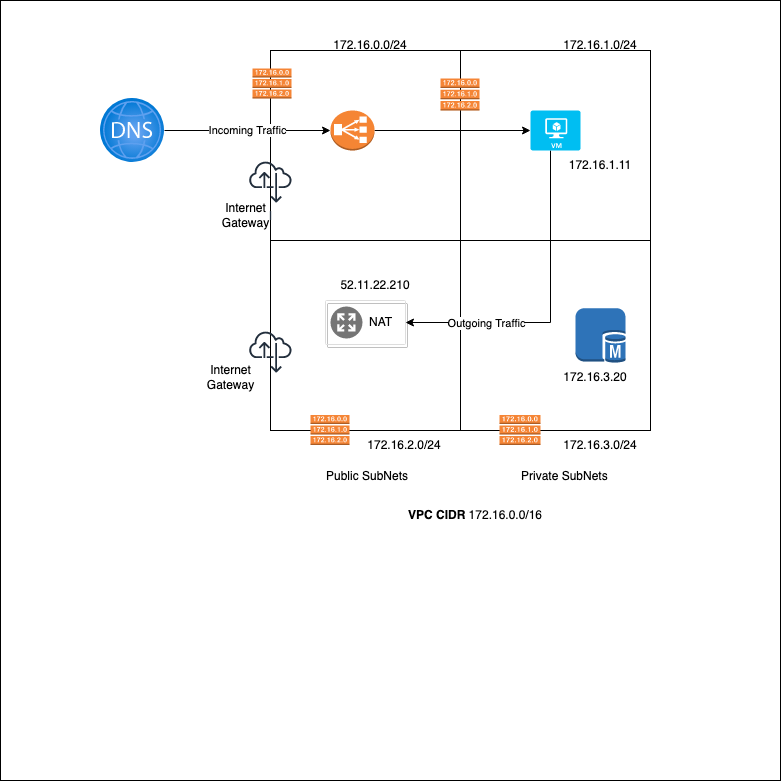
Before: Generic Traffic Flow- Public/Private Cloud.drawio.png, a diagram exported from draw.io (amit894/diagrams). Source tidied: cells renumbered, new cells last; positions are measured from the earlier drawing's top-left corner, leaving out a move shared by most shapes. Its diagram source:
```xml
<mxGraphModel>
  <root>
    <mxCell id="0" />
    <mxCell id="1" parent="0" />
    <mxCell id="2" style="whiteSpace=wrap;html=1;fillColor=none;" parent="1" vertex="1">
      <mxGeometry x="270" y="50" width="190" height="190" as="geometry" />
    </mxCell>
    <mxCell id="3" style="whiteSpace=wrap;html=1;fillColor=none;" parent="1" vertex="1">
      <mxGeometry x="460" y="50" width="190" height="190" as="geometry" />
    </mxCell>
    <mxCell id="4" style="whiteSpace=wrap;html=1;fillColor=none;" parent="1" vertex="1">
      <mxGeometry x="270" y="240" width="190" height="190" as="geometry" />
    </mxCell>
    <mxCell id="5" style="whiteSpace=wrap;html=1;fillColor=none;" parent="1" vertex="1">
      <mxGeometry x="460" y="240" width="190" height="190" as="geometry" />
    </mxCell>
    <mxCell id="6" style="whiteSpace=wrap;html=1;fillColor=none;" parent="1" vertex="1">
      <mxGeometry width="780" height="780" as="geometry" />
    </mxCell>
    <mxCell id="7" style="edgeStyle=orthogonalEdgeStyle;rounded=0;jettySize=auto;html=1;entryX=1;entryY=0.5;entryDx=0;entryDy=0;" parent="1" edge="1" source="9" target="15">
      <mxGeometry relative="1" as="geometry">
        <Array as="points">
          <mxPoint x="550" y="322" />
        </Array>
      </mxGeometry>
    </mxCell>
    <mxCell id="8" value="Outgoing Traffic" style="edgeLabel;html=1;align=center;verticalAlign=middle;" parent="7" vertex="1">
      <mxGeometry x="0.5" relative="1" as="geometry" />
    </mxCell>
    <mxCell id="9" style="verticalLabelPosition=bottom;html=1;verticalAlign=top;align=center;strokeColor=none;fillColor=#00BEF2;shape=mxgraph.azure.virtual_machine;" parent="1" vertex="1">
      <mxGeometry x="530" y="110" width="50" height="40" as="geometry" />
    </mxCell>
    <mxCell id="10" value="&lt;b&gt;VPC CIDR&lt;/b&gt; 172.16.0.0/16" style="text;html=1;strokeColor=none;fillColor=none;align=center;verticalAlign=middle;whiteSpace=wrap;rounded=0;" parent="1" vertex="1">
      <mxGeometry x="400" y="505" width="150" height="20" as="geometry" />
    </mxCell>
    <mxCell id="11" value="172.16.0.0/24" style="text;html=1;strokeColor=none;fillColor=none;align=center;verticalAlign=middle;whiteSpace=wrap;rounded=0;" parent="1" vertex="1">
      <mxGeometry x="340" y="30" width="60" height="30" as="geometry" />
    </mxCell>
    <mxCell id="12" value="172.16.2.0/24" style="text;html=1;strokeColor=none;fillColor=none;align=center;verticalAlign=middle;whiteSpace=wrap;rounded=0;" parent="1" vertex="1">
      <mxGeometry x="374" y="430" width="60" height="30" as="geometry" />
    </mxCell>
    <mxCell id="13" value="172.16.3.0/24" style="text;html=1;strokeColor=none;fillColor=none;align=center;verticalAlign=middle;whiteSpace=wrap;rounded=0;" parent="1" vertex="1">
      <mxGeometry x="570" y="430" width="60" height="30" as="geometry" />
    </mxCell>
    <mxCell id="14" value="172.16.1.0/24" style="text;html=1;strokeColor=none;fillColor=none;align=center;verticalAlign=middle;whiteSpace=wrap;rounded=0;" parent="1" vertex="1">
      <mxGeometry x="570" y="30" width="60" height="30" as="geometry" />
    </mxCell>
    <mxCell id="15" style="strokeColor=#dddddd;shadow=1;strokeWidth=1;rounded=1;absoluteArcSize=1;arcSize=2;fillColor=none;" parent="1" vertex="1">
      <mxGeometry x="325" y="300" width="80" height="44" as="geometry" />
    </mxCell>
    <mxCell id="16" value="NAT" style="sketch=0;dashed=0;html=1;fillColor=#757575;strokeColor=none;shape=mxgraph.gcp2.nat;labelPosition=right;verticalLabelPosition=middle;align=left;verticalAlign=middle;spacingLeft=5;fontSize=12;" parent="15" vertex="1">
      <mxGeometry y="0.5" width="32" height="32" relative="1" as="geometry">
        <mxPoint x="5" y="-16" as="offset" />
      </mxGeometry>
    </mxCell>
    <mxCell id="17" style="edgeStyle=orthogonalEdgeStyle;rounded=0;jettySize=auto;html=1;entryX=0;entryY=0.5;entryDx=0;entryDy=0;entryPerimeter=0;" parent="1" edge="1" source="18" target="9">
      <mxGeometry relative="1" as="geometry" />
    </mxCell>
    <mxCell id="18" style="outlineConnect=0;dashed=0;verticalLabelPosition=bottom;verticalAlign=top;align=center;html=1;shape=mxgraph.aws3.classic_load_balancer;fillColor=#F58534;gradientColor=none;" parent="1" vertex="1">
      <mxGeometry x="330" y="110" width="44" height="40" as="geometry" />
    </mxCell>
    <mxCell id="19" style="dashed=0;verticalLabelPosition=bottom;verticalAlign=top;align=center;html=1;shape=mxgraph.aws3.sql_master;fillColor=#2E73B8;gradientColor=none;" parent="1" vertex="1">
      <mxGeometry x="575" y="307.8" width="50" height="54.5" as="geometry" />
    </mxCell>
    <mxCell id="20" value="Public SubNets" style="text;strokeColor=none;fillColor=none;align=left;verticalAlign=middle;spacingLeft=4;spacingRight=4;overflow=hidden;" parent="1" vertex="1">
      <mxGeometry x="320" y="460" width="110" height="30" as="geometry" />
    </mxCell>
    <mxCell id="21" value="Private SubNets" style="text;strokeColor=none;fillColor=none;align=left;verticalAlign=middle;spacingLeft=4;spacingRight=4;overflow=hidden;" parent="1" vertex="1">
      <mxGeometry x="515" y="460" width="115" height="30" as="geometry" />
    </mxCell>
    <mxCell id="22" style="html=1;points=[];align=center;image;fontSize=12;image=img/lib/azure2/networking/DNS_Zones.svg;fillColor=none;" parent="1" vertex="1">
      <mxGeometry x="100" y="98" width="64" height="64" as="geometry" />
    </mxCell>
    <mxCell id="23" value="Incoming Traffic" style="endArrow=classic;html=1;rounded=0;entryX=0;entryY=0.5;entryDx=0;entryDy=0;entryPerimeter=0;" parent="1" edge="1" source="22" target="18">
      <mxGeometry relative="1" as="geometry" />
    </mxCell>
    <mxCell id="24" style="dashed=0;verticalLabelPosition=bottom;verticalAlign=top;align=center;html=1;shape=mxgraph.aws3.route_table;fillColor=#F58536;gradientColor=none;" parent="1" vertex="1">
      <mxGeometry x="440" y="78" width="39" height="32" as="geometry" />
    </mxCell>
    <mxCell id="25" style="dashed=0;verticalLabelPosition=bottom;verticalAlign=top;align=center;html=1;shape=mxgraph.aws3.route_table;fillColor=#F58536;gradientColor=none;" parent="1" vertex="1">
      <mxGeometry x="499" y="414.5" width="41" height="30" as="geometry" />
    </mxCell>
    <mxCell id="26" style="dashed=0;verticalLabelPosition=bottom;verticalAlign=top;align=center;html=1;shape=mxgraph.aws3.route_table;fillColor=#F58536;gradientColor=none;" parent="1" vertex="1">
      <mxGeometry x="252" y="68" width="39" height="30" as="geometry" />
    </mxCell>
    <mxCell id="27" style="dashed=0;verticalLabelPosition=bottom;verticalAlign=top;align=center;html=1;shape=mxgraph.aws3.route_table;fillColor=#F58536;gradientColor=none;" parent="1" vertex="1">
      <mxGeometry x="310" y="414.5" width="39" height="30" as="geometry" />
    </mxCell>
    <mxCell id="28" style="sketch=0;fontColor=#232F3E;gradientColor=none;fillColor=#232F3D;strokeColor=none;dashed=0;verticalLabelPosition=bottom;verticalAlign=top;align=center;html=1;fontSize=12;fontStyle=0;shape=mxgraph.aws4.internet_alt22;" parent="1" vertex="1">
      <mxGeometry x="248.8" y="330" width="42.2" height="42.2" as="geometry" />
    </mxCell>
    <mxCell id="29" value="I" style="sketch=0;fontColor=#232F3E;gradientColor=none;fillColor=#232F3D;strokeColor=none;dashed=0;verticalLabelPosition=bottom;verticalAlign=top;align=center;html=1;fontSize=12;fontStyle=0;shape=mxgraph.aws4.internet_alt22;" parent="1" vertex="1">
      <mxGeometry x="248.8" y="160" width="42.2" height="42.2" as="geometry" />
    </mxCell>
    <mxCell id="30" value="Internet Gateway" style="text;html=1;strokeColor=none;fillColor=none;align=center;verticalAlign=middle;whiteSpace=wrap;rounded=0;" parent="1" vertex="1">
      <mxGeometry x="241.2" y="210" width="8.8" height="10" as="geometry" />
    </mxCell>
    <mxCell id="31" value="Internet Gateway" style="text;html=1;strokeColor=none;fillColor=none;align=center;verticalAlign=middle;whiteSpace=wrap;rounded=0;" parent="1" vertex="1">
      <mxGeometry x="220" y="372.2" width="21.2" height="10" as="geometry" />
    </mxCell>
    <mxCell id="32" value="52.11.22.210" style="text;html=1;strokeColor=none;fillColor=none;align=center;verticalAlign=middle;whiteSpace=wrap;rounded=0;" parent="1" vertex="1">
      <mxGeometry x="345" y="270" width="60" height="30" as="geometry" />
    </mxCell>
    <mxCell id="33" value="172.16.1.11" style="text;html=1;strokeColor=none;fillColor=none;align=center;verticalAlign=middle;whiteSpace=wrap;rounded=0;" parent="1" vertex="1">
      <mxGeometry x="570" y="150" width="60" height="30" as="geometry" />
    </mxCell>
    <mxCell id="34" value="172.16.3.20" style="text;html=1;strokeColor=none;fillColor=none;align=center;verticalAlign=middle;whiteSpace=wrap;rounded=0;" parent="1" vertex="1">
      <mxGeometry x="565" y="362.2" width="60" height="30" as="geometry" />
    </mxCell>
  </root>
</mxGraphModel>
```
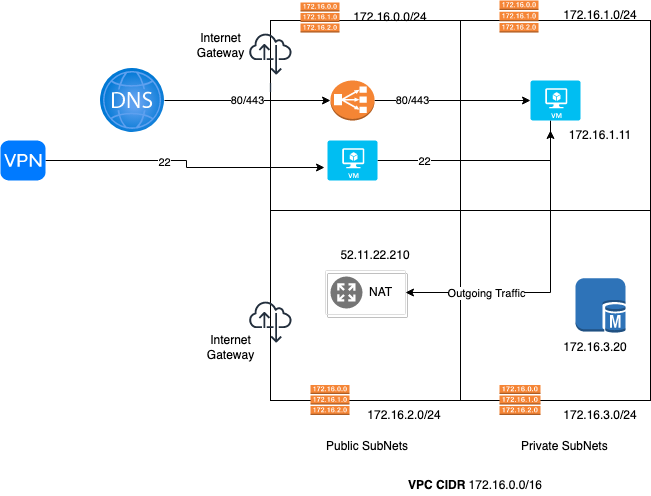
Later version of the same file.

Commit message:
Added Generic Traffic Flow- Public/Private Cloud.drawio.png

Change to the diagram source:
```diff
@@ -14,9 +14,6 @@
     <mxCell id="5" style="whiteSpace=wrap;html=1;fillColor=none;" parent="1" vertex="1">
       <mxGeometry x="460" y="240" width="190" height="190" as="geometry" />
     </mxCell>
-    <mxCell id="6" style="whiteSpace=wrap;html=1;fillColor=none;" parent="1" vertex="1">
-      <mxGeometry width="780" height="780" as="geometry" />
-    </mxCell>
     <mxCell id="7" style="edgeStyle=orthogonalEdgeStyle;rounded=0;jettySize=auto;html=1;entryX=1;entryY=0.5;entryDx=0;entryDy=0;" parent="1" edge="1" source="9" target="15">
       <mxGeometry relative="1" as="geometry">
         <Array as="points">
@@ -34,7 +31,7 @@
       <mxGeometry x="400" y="505" width="150" height="20" as="geometry" />
     </mxCell>
     <mxCell id="11" value="172.16.0.0/24" style="text;html=1;strokeColor=none;fillColor=none;align=center;verticalAlign=middle;whiteSpace=wrap;rounded=0;" parent="1" vertex="1">
-      <mxGeometry x="340" y="30" width="60" height="30" as="geometry" />
+      <mxGeometry x="360" y="32" width="60" height="30" as="geometry" />
     </mxCell>
     <mxCell id="12" value="172.16.2.0/24" style="text;html=1;strokeColor=none;fillColor=none;align=center;verticalAlign=middle;whiteSpace=wrap;rounded=0;" parent="1" vertex="1">
       <mxGeometry x="374" y="430" width="60" height="30" as="geometry" />
@@ -56,6 +53,9 @@
     <mxCell id="17" style="edgeStyle=orthogonalEdgeStyle;rounded=0;jettySize=auto;html=1;entryX=0;entryY=0.5;entryDx=0;entryDy=0;entryPerimeter=0;" parent="1" edge="1" source="18" target="9">
       <mxGeometry relative="1" as="geometry" />
     </mxCell>
+    <mxCell id="35" value="80/443" style="edgeLabel;html=1;align=center;verticalAlign=middle;" parent="17" vertex="1">
+      <mxGeometry x="-0.53" y="1" relative="1" as="geometry" />
+    </mxCell>
     <mxCell id="18" style="outlineConnect=0;dashed=0;verticalLabelPosition=bottom;verticalAlign=top;align=center;html=1;shape=mxgraph.aws3.classic_load_balancer;fillColor=#F58534;gradientColor=none;" parent="1" vertex="1">
       <mxGeometry x="330" y="110" width="44" height="40" as="geometry" />
     </mxCell>
@@ -71,17 +71,17 @@
     <mxCell id="22" style="html=1;points=[];align=center;image;fontSize=12;image=img/lib/azure2/networking/DNS_Zones.svg;fillColor=none;" parent="1" vertex="1">
       <mxGeometry x="100" y="98" width="64" height="64" as="geometry" />
     </mxCell>
-    <mxCell id="23" value="Incoming Traffic" style="endArrow=classic;html=1;rounded=0;entryX=0;entryY=0.5;entryDx=0;entryDy=0;entryPerimeter=0;" parent="1" edge="1" source="22" target="18">
+    <mxCell id="23" value="80/443" style="endArrow=classic;html=1;rounded=0;entryX=0;entryY=0.5;entryDx=0;entryDy=0;entryPerimeter=0;" parent="1" edge="1" source="22" target="18">
       <mxGeometry relative="1" as="geometry" />
     </mxCell>
     <mxCell id="24" style="dashed=0;verticalLabelPosition=bottom;verticalAlign=top;align=center;html=1;shape=mxgraph.aws3.route_table;fillColor=#F58536;gradientColor=none;" parent="1" vertex="1">
-      <mxGeometry x="440" y="78" width="39" height="32" as="geometry" />
+      <mxGeometry x="499" y="30" width="39" height="32" as="geometry" />
     </mxCell>
     <mxCell id="25" style="dashed=0;verticalLabelPosition=bottom;verticalAlign=top;align=center;html=1;shape=mxgraph.aws3.route_table;fillColor=#F58536;gradientColor=none;" parent="1" vertex="1">
       <mxGeometry x="499" y="414.5" width="41" height="30" as="geometry" />
     </mxCell>
     <mxCell id="26" style="dashed=0;verticalLabelPosition=bottom;verticalAlign=top;align=center;html=1;shape=mxgraph.aws3.route_table;fillColor=#F58536;gradientColor=none;" parent="1" vertex="1">
-      <mxGeometry x="252" y="68" width="39" height="30" as="geometry" />
+      <mxGeometry x="300" y="32" width="39" height="30" as="geometry" />
     </mxCell>
     <mxCell id="27" style="dashed=0;verticalLabelPosition=bottom;verticalAlign=top;align=center;html=1;shape=mxgraph.aws3.route_table;fillColor=#F58536;gradientColor=none;" parent="1" vertex="1">
       <mxGeometry x="310" y="414.5" width="39" height="30" as="geometry" />
@@ -90,11 +90,8 @@
       <mxGeometry x="248.8" y="330" width="42.2" height="42.2" as="geometry" />
     </mxCell>
     <mxCell id="29" value="I" style="sketch=0;fontColor=#232F3E;gradientColor=none;fillColor=#232F3D;strokeColor=none;dashed=0;verticalLabelPosition=bottom;verticalAlign=top;align=center;html=1;fontSize=12;fontStyle=0;shape=mxgraph.aws4.internet_alt22;" parent="1" vertex="1">
-      <mxGeometry x="248.8" y="160" width="42.2" height="42.2" as="geometry" />
+      <mxGeometry x="248.8" y="62" width="42.2" height="42.2" as="geometry" />
     </mxCell>
-    <mxCell id="30" value="Internet Gateway" style="text;html=1;strokeColor=none;fillColor=none;align=center;verticalAlign=middle;whiteSpace=wrap;rounded=0;" parent="1" vertex="1">
-      <mxGeometry x="241.2" y="210" width="8.8" height="10" as="geometry" />
-    </mxCell>
     <mxCell id="31" value="Internet Gateway" style="text;html=1;strokeColor=none;fillColor=none;align=center;verticalAlign=middle;whiteSpace=wrap;rounded=0;" parent="1" vertex="1">
       <mxGeometry x="220" y="372.2" width="21.2" height="10" as="geometry" />
     </mxCell>
@@ -107,5 +104,28 @@
     <mxCell id="34" value="172.16.3.20" style="text;html=1;strokeColor=none;fillColor=none;align=center;verticalAlign=middle;whiteSpace=wrap;rounded=0;" parent="1" vertex="1">
       <mxGeometry x="565" y="362.2" width="60" height="30" as="geometry" />
     </mxCell>
+    <mxCell id="36" style="edgeStyle=orthogonalEdgeStyle;rounded=0;jettySize=auto;html=1;" parent="1" edge="1" source="38">
+      <mxGeometry relative="1" as="geometry">
+        <mxPoint x="550" y="160" as="targetPoint" />
+      </mxGeometry>
+    </mxCell>
+    <mxCell id="37" value="22" style="edgeLabel;html=1;align=center;verticalAlign=middle;" parent="36" vertex="1">
+      <mxGeometry x="-0.55" relative="1" as="geometry" />
+    </mxCell>
+    <mxCell id="38" style="verticalLabelPosition=bottom;html=1;verticalAlign=top;align=center;strokeColor=none;fillColor=#00BEF2;shape=mxgraph.azure.virtual_machine;" parent="1" vertex="1">
+      <mxGeometry x="327" y="170" width="50" height="40" as="geometry" />
+    </mxCell>
+    <mxCell id="39" style="edgeStyle=orthogonalEdgeStyle;rounded=0;jettySize=auto;html=1;entryX=-0.06;entryY=0.675;entryDx=0;entryDy=0;entryPerimeter=0;" parent="1" edge="1" source="41" target="38">
+      <mxGeometry relative="1" as="geometry" />
+    </mxCell>
+    <mxCell id="40" value="22" style="edgeLabel;html=1;align=center;verticalAlign=middle;" parent="39" vertex="1">
+      <mxGeometry x="-0.18" y="-1" relative="1" as="geometry" />
+    </mxCell>
+    <mxCell id="41" style="html=1;strokeWidth=1;shadow=0;dashed=0;shape=mxgraph.ios7.misc.vpn;fillColor=#007AFF;strokeColor=none;buttonText=;strokeColor2=#222222;fontColor=#222222;fontSize=8;verticalLabelPosition=bottom;verticalAlign=top;align=center;sketch=0;" parent="1" vertex="1">
+      <mxGeometry y="170" width="45" height="40" as="geometry" />
+    </mxCell>
+    <mxCell id="30" value="Internet Gateway" style="text;html=1;strokeColor=none;fillColor=none;align=center;verticalAlign=middle;whiteSpace=wrap;rounded=0;" parent="1" vertex="1">
+      <mxGeometry x="210" y="70" width="21.2" height="10" as="geometry" />
+    </mxCell>
   </root>
 </mxGraphModel>
```
